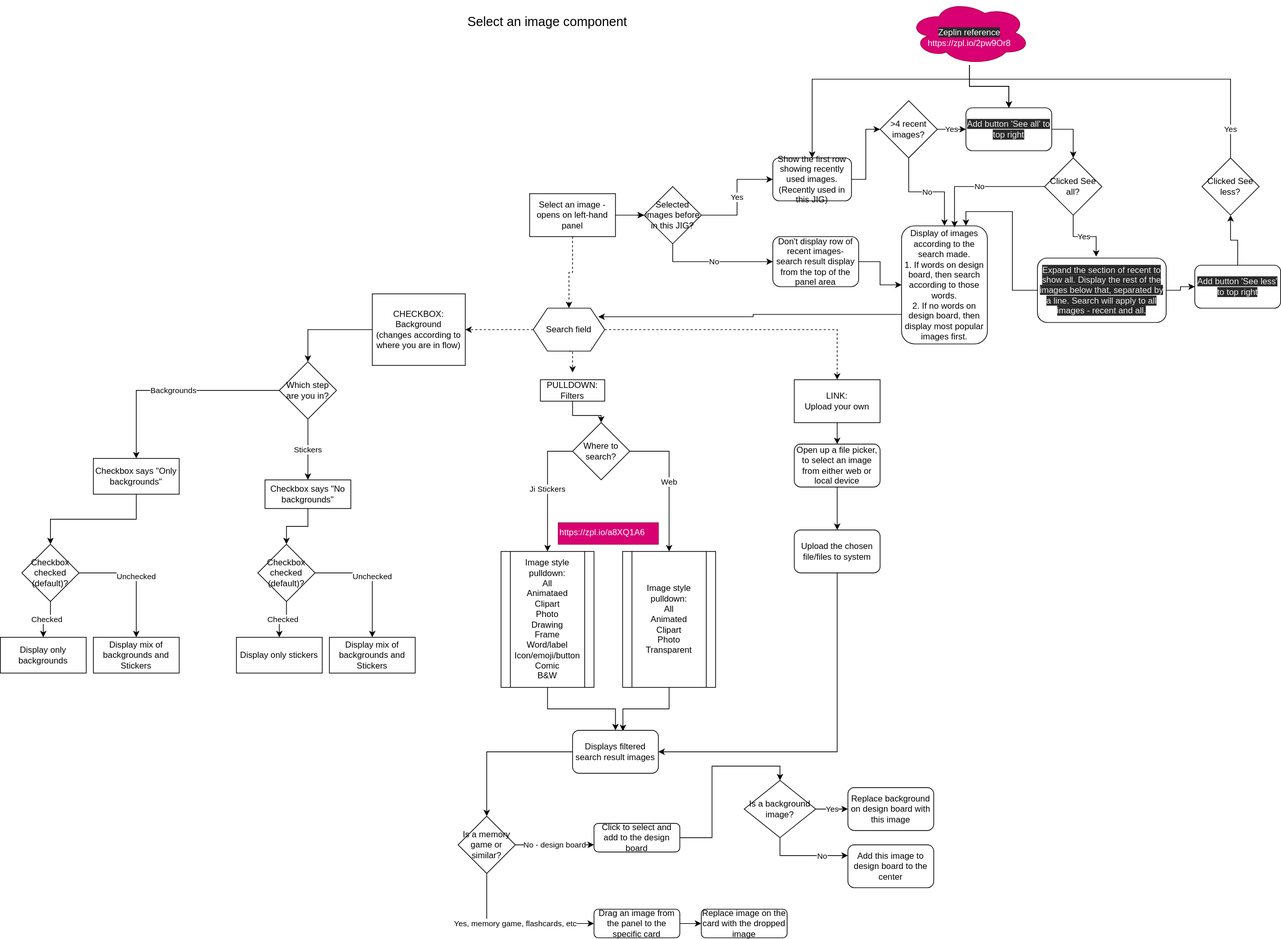
ji-devs/ji-cloud-flowcharts keeps this draw.io diagram as modules/components/select-image.drawio.svg. Above is the earlier version. Source tidied: cells renumbered, new cells last; positions are measured from the earlier drawing's top-left corner, leaving out a move shared by most shapes.
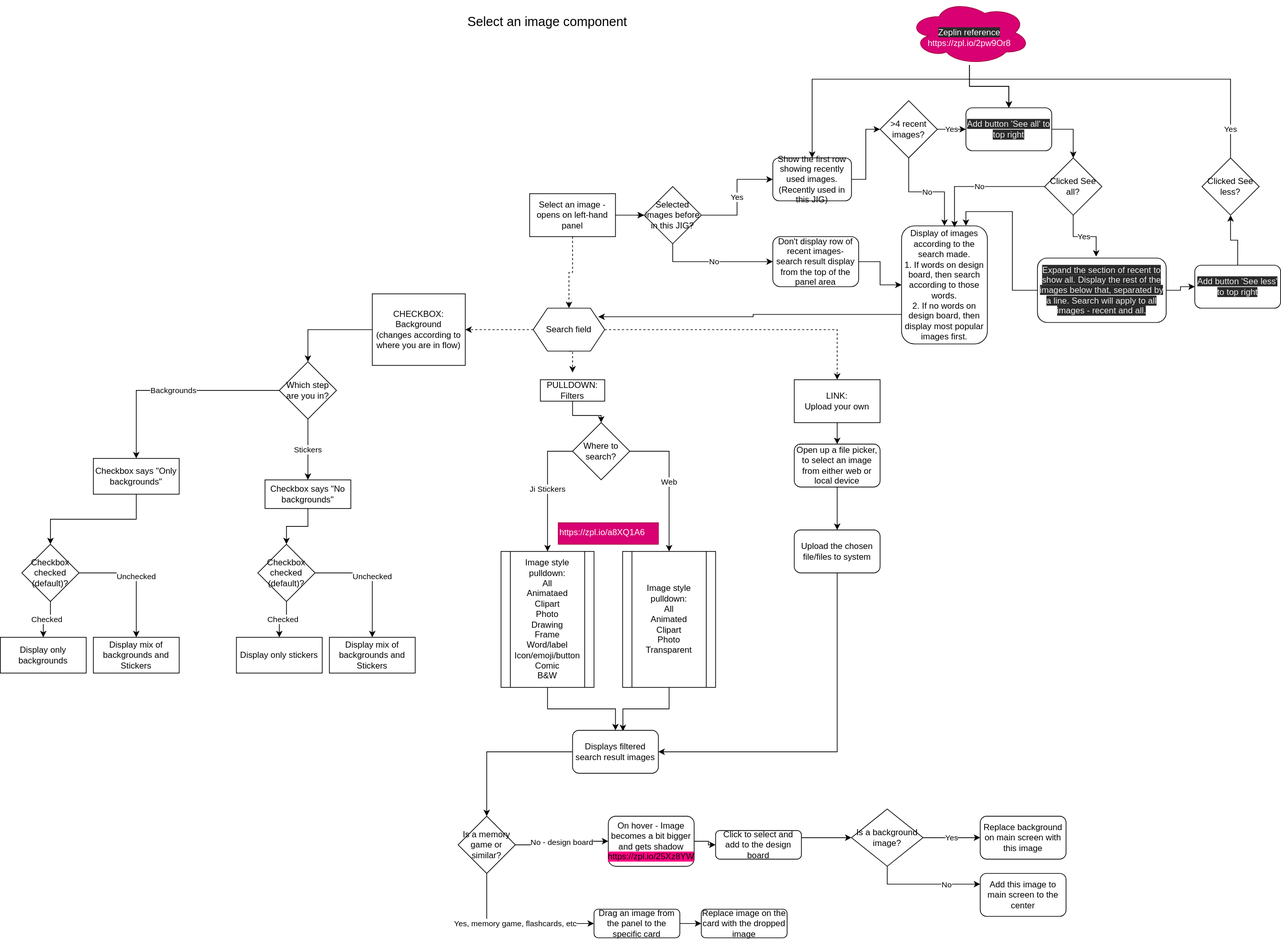
Above is the later version.

Commit message:
UPdated tapping board according to latest updates

Diff of the diagram source:
```diff
@@ -86,11 +86,16 @@
     <mxCell id="25" value="Displays filtered search result images" style="rounded=1;whiteSpace=wrap;html=1;" parent="1" vertex="1">
       <mxGeometry x="800" y="1020" width="120" height="60" as="geometry" />
     </mxCell>
-    <mxCell id="26" style="edgeStyle=orthogonalEdgeStyle;rounded=0;jettySize=auto;html=1;entryX=0.5;entryY=0;entryDx=0;entryDy=0;" parent="1" edge="1" source="27" target="31">
-      <mxGeometry relative="1" as="geometry" />
+    <mxCell id="26" style="edgeStyle=orthogonalEdgeStyle;rounded=0;jettySize=auto;html=1;entryX=0;entryY=0.5;entryDx=0;entryDy=0;" parent="1" edge="1" source="27" target="31">
+      <mxGeometry relative="1" as="geometry">
+        <Array as="points">
+          <mxPoint x="1160" y="1170" />
+          <mxPoint x="1160" y="1170" />
+        </Array>
+      </mxGeometry>
     </mxCell>
     <mxCell id="27" value="Click to select and add to the design board" style="rounded=1;whiteSpace=wrap;html=1;" parent="1" vertex="1">
-      <mxGeometry x="830" y="1150" width="120" height="40" as="geometry" />
+      <mxGeometry x="1000" y="1160" width="120" height="40" as="geometry" />
     </mxCell>
     <mxCell id="28" value="Yes" style="edgeStyle=orthogonalEdgeStyle;rounded=0;jettySize=auto;html=1;entryX=0;entryY=0.5;entryDx=0;entryDy=0;" parent="1" edge="1" source="31" target="32">
       <mxGeometry relative="1" as="geometry" />
@@ -102,13 +107,13 @@
       <mxGeometry x="0.38" relative="1" as="geometry" />
     </mxCell>
     <mxCell id="31" value="Is a background image?" style="rhombus;whiteSpace=wrap;html=1;" parent="1" vertex="1">
-      <mxGeometry x="1040" y="1090" width="100" height="80" as="geometry" />
+      <mxGeometry x="1190" y="1130" width="100" height="80" as="geometry" />
     </mxCell>
-    <mxCell id="32" value="Replace background on design board with this image" style="rounded=1;whiteSpace=wrap;html=1;" parent="1" vertex="1">
-      <mxGeometry x="1185" y="1100" width="120" height="60" as="geometry" />
+    <mxCell id="32" value="Replace background on main screen with this image" style="rounded=1;whiteSpace=wrap;html=1;" parent="1" vertex="1">
+      <mxGeometry x="1370" y="1140" width="120" height="60" as="geometry" />
     </mxCell>
-    <mxCell id="33" value="Add this image to design board to the center" style="rounded=1;whiteSpace=wrap;html=1;" parent="1" vertex="1">
-      <mxGeometry x="1185" y="1180" width="120" height="60" as="geometry" />
+    <mxCell id="33" value="Add this image to main screen to the center" style="rounded=1;whiteSpace=wrap;html=1;" parent="1" vertex="1">
+      <mxGeometry x="1370" y="1220" width="120" height="60" as="geometry" />
     </mxCell>
     <mxCell id="34" style="edgeStyle=orthogonalEdgeStyle;rounded=0;jettySize=auto;html=1;entryX=0.5;entryY=0;entryDx=0;entryDy=0;" parent="1" edge="1" source="35" target="36">
       <mxGeometry relative="1" as="geometry" />
@@ -158,7 +163,7 @@
     <mxCell id="49" value="Display of images according to the search made.&lt;br&gt;1. If words on design board, then search according to those words.&lt;br&gt;2. If no words on design board, then display most popular images first." style="rounded=1;whiteSpace=wrap;html=1;" parent="1" vertex="1">
       <mxGeometry x="1260" y="315" width="120" height="165" as="geometry" />
     </mxCell>
-    <mxCell id="50" value="No - design board" style="edgeStyle=orthogonalEdgeStyle;rounded=0;jettySize=auto;html=1;entryX=0;entryY=0.75;entryDx=0;entryDy=0;" parent="1" edge="1" source="52" target="27">
+    <mxCell id="50" value="No - design board" style="edgeStyle=orthogonalEdgeStyle;rounded=0;jettySize=auto;html=1;entryX=0;entryY=0.5;entryDx=0;entryDy=0;" parent="1" edge="1" source="52" target="90">
       <mxGeometry relative="1" as="geometry" />
     </mxCell>
     <mxCell id="51" value="Yes, memory game, flashcards, etc" style="edgeStyle=orthogonalEdgeStyle;rounded=0;jettySize=auto;html=1;" parent="1" edge="1" source="52" target="54">
@@ -292,5 +297,11 @@
     <mxCell id="88" value="https://zpl.io/a8XQ1A6" style="text;whiteSpace=wrap;html=1;fillColor=#d80073;strokeColor=#A50040;fontColor=#ffffff;" parent="1" vertex="1">
       <mxGeometry x="780" y="730" width="140" height="30" as="geometry" />
     </mxCell>
+    <mxCell id="89" style="edgeStyle=orthogonalEdgeStyle;rounded=0;jettySize=auto;html=1;" parent="1" edge="1" source="90" target="27">
+      <mxGeometry relative="1" as="geometry" />
+    </mxCell>
+    <mxCell id="90" value="On hover - Image becomes a bit bigger and gets shadow&lt;br&gt;&lt;span style=&quot;background-color: rgb(255 , 0 , 128)&quot;&gt;https://zpl.io/25Xz8YW&lt;/span&gt;" style="rounded=1;whiteSpace=wrap;html=1;" parent="1" vertex="1">
+      <mxGeometry x="850" y="1140" width="120" height="70" as="geometry" />
+    </mxCell>
   </root>
 </mxGraphModel>
```
